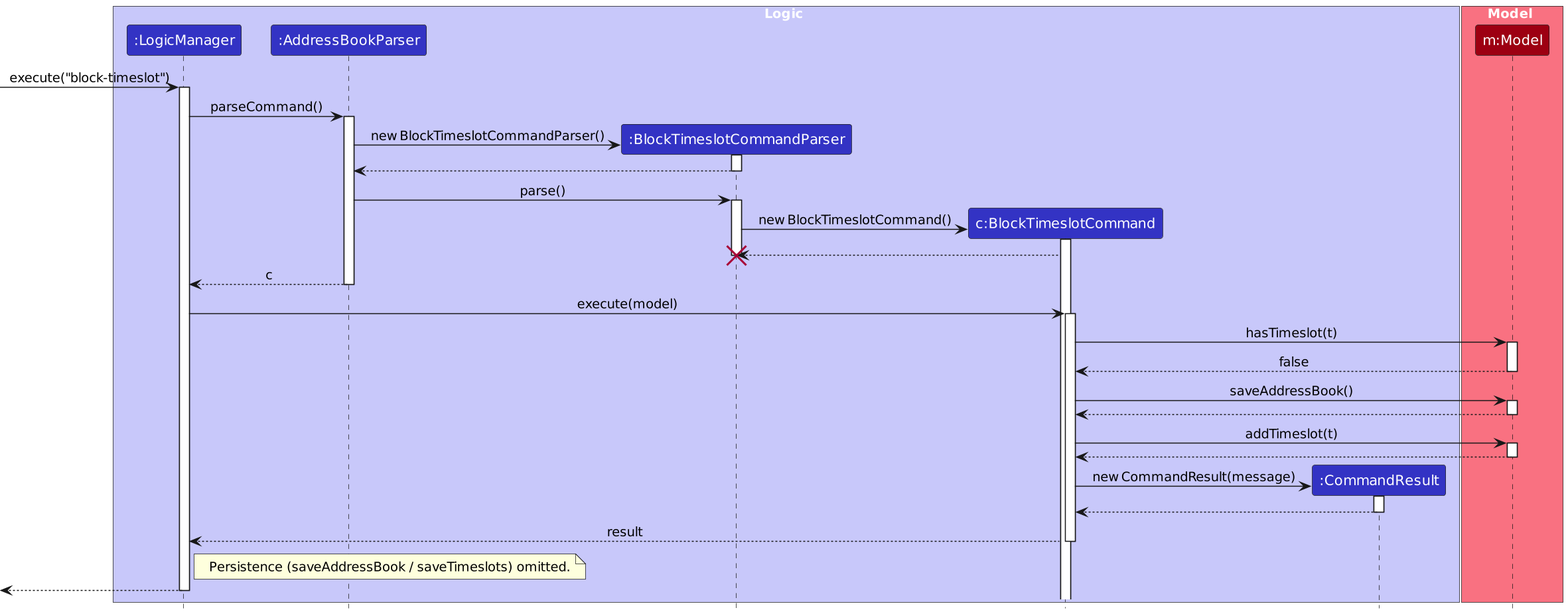
This is diagrams/Timeslots/BlockTimeslotSequenceDiagram.png from AY2526S1-CS2103T-T09-3/tp, a PlantUML export, as it was before one commit. Its source is kept beside it as diagrams/Timeslots/BlockTimeslotSequenceDiagram.puml.
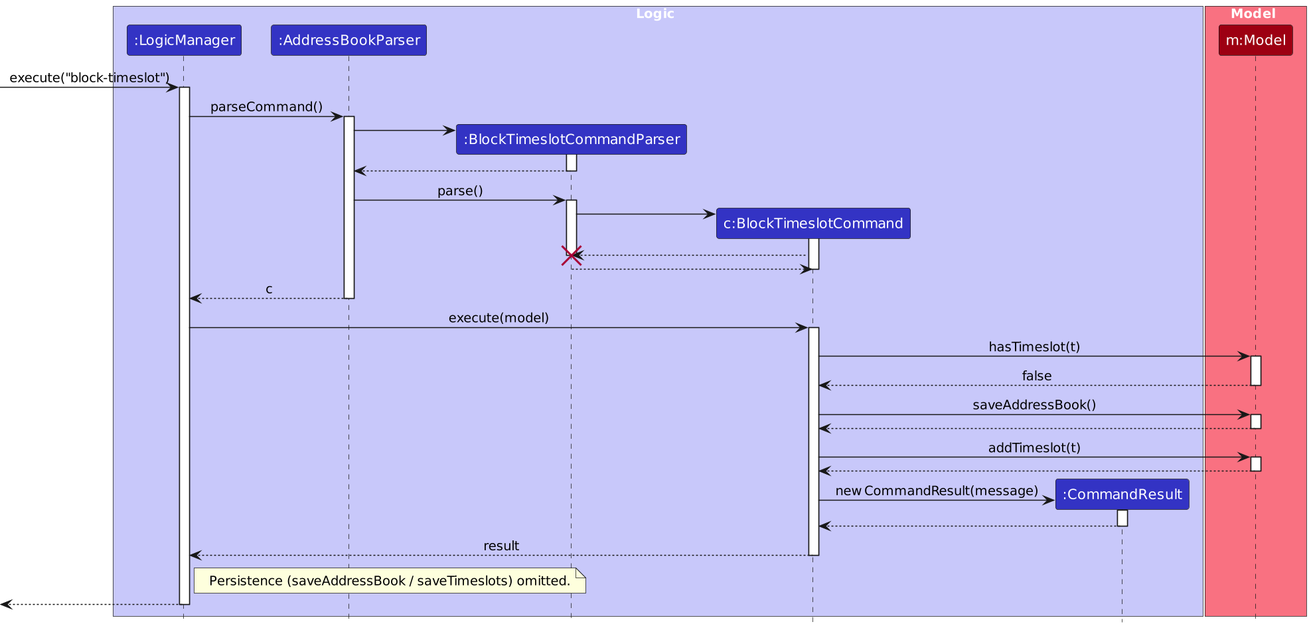
The same diagram one commit later.

The edit, as a diff of the source:
```diff
@@ -21,7 +21,7 @@
 activate AddressBookParser
 
 create BlockTimeslotCommandParser
-AddressBookParser -> BlockTimeslotCommandParser : new BlockTimeslotCommandParser()
+AddressBookParser -> BlockTimeslotCommandParser
 activate BlockTimeslotCommandParser
 AddressBookParser <-- BlockTimeslotCommandParser
 deactivate BlockTimeslotCommandParser
@@ -30,12 +30,15 @@
 activate BlockTimeslotCommandParser
 
 create BlockTimeslotCommand
-BlockTimeslotCommandParser -> BlockTimeslotCommand : new BlockTimeslotCommand()
+BlockTimeslotCommandParser -> BlockTimeslotCommand
 activate BlockTimeslotCommand
 
 BlockTimeslotCommand --> BlockTimeslotCommandParser
 deactivate BlockTimeslotCommandParser
 destroy BlockTimeslotCommandParser
+
+BlockTimeslotCommand <-- BlockTimeslotCommandParser
+deactivate BlockTimeslotCommand
 
 AddressBookParser --> LogicManager : c
 deactivate AddressBookParser
```
